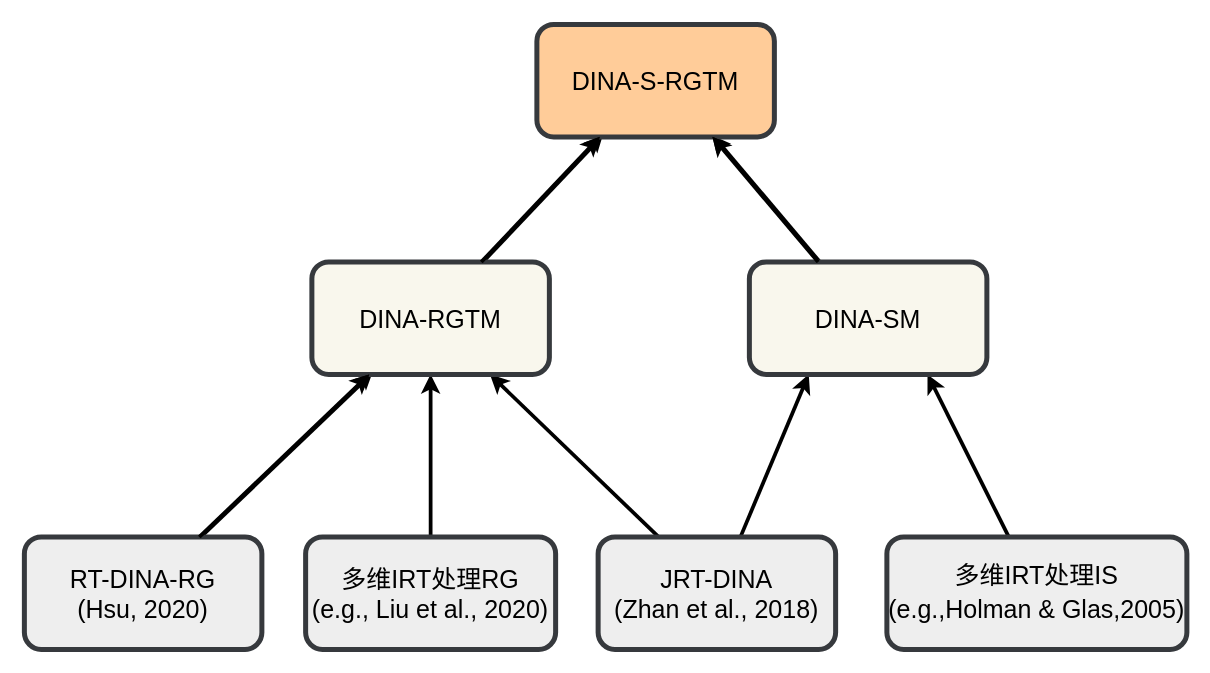
Before: page "第 27 页" (28 of 29) of d_plot.drawio in qipengchen/resources, a draw.io diagram. Source tidied: cells renumbered, new cells numbered last; positions are measured from the earlier drawing's top-left corner, leaving out a move shared by most shapes. Both pictures are drawn from the tidied source at 125%, with x=0, y=0 at pixel (24, 24).
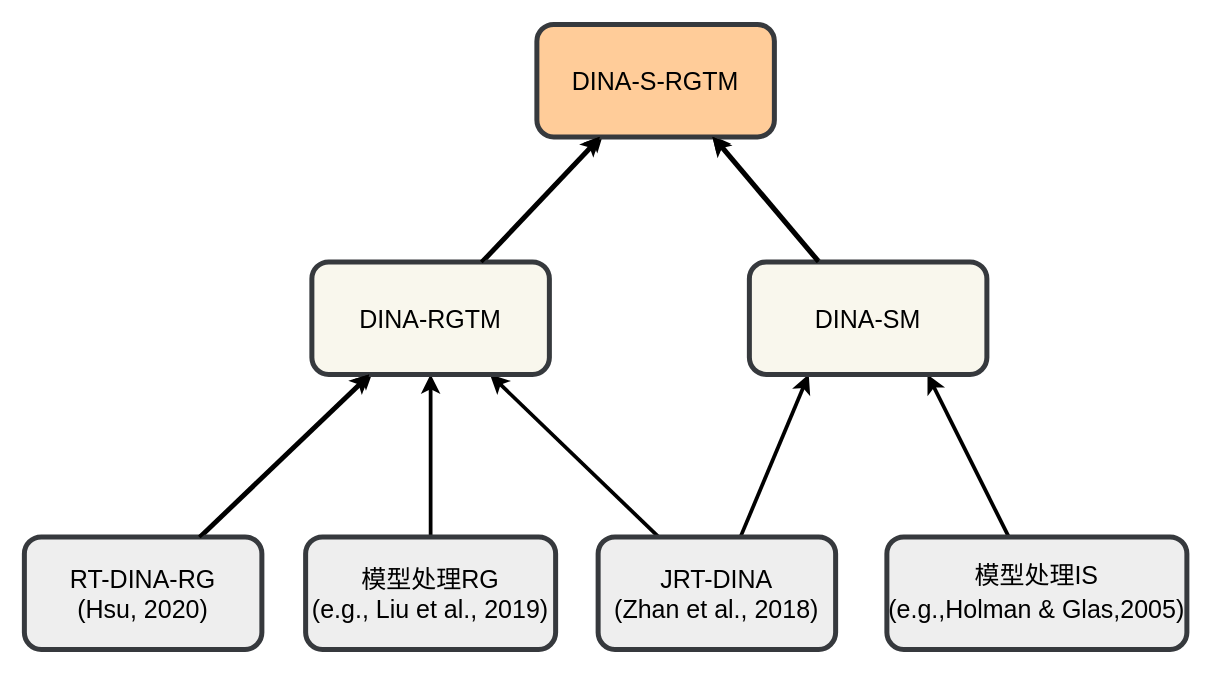
The same diagram, later.

The edit, as a diff of the source:
```diff
@@
-    <mxCell id="8" value="多维IRT处理RG&lt;br&gt;(e.g., Liu et al., 2020)" style="rounded=1;whiteSpace=wrap;html=1;strokeWidth=4;fontSize=20;strokeColor=#36393d;fontFamily=Helvetica;fillColor=#eeeeee;" parent="1" vertex="1">
+    <mxCell id="8" value="模型处理RG&lt;br&gt;(e.g., Liu et al., 2019)" style="rounded=1;whiteSpace=wrap;html=1;strokeWidth=4;fontSize=20;strokeColor=#36393d;fontFamily=Helvetica;fillColor=#eeeeee;" parent="1" vertex="1">
       <mxGeometry x="225" y="410" width="200" height="90" as="geometry" />
     </mxCell>
@@
-    <mxCell id="12" value="&lt;font style=&quot;font-size: 20px;&quot;&gt;多维IRT处理IS&lt;br style=&quot;font-size: 20px;&quot;&gt;(e.g.,&lt;span style=&quot;font-size: 20px; line-height: 150%; background-image: initial; background-position: initial; background-size: initial; background-repeat: initial; background-attachment: initial; background-origin: initial; background-clip: initial;&quot; lang=&quot;EN-US&quot;&gt;Holman &amp;amp; Glas,2005&lt;/span&gt;)&lt;/font&gt;" style="rounded=1;whiteSpace=wrap;html=1;strokeWidth=4;fontSize=20;strokeColor=#36393d;fontFamily=Helvetica;fillColor=#eeeeee;" parent="1" vertex="1">
+    <mxCell id="12" value="&lt;font style=&quot;font-size: 20px;&quot;&gt;模型处理IS&lt;br style=&quot;font-size: 20px;&quot;&gt;(e.g.,&lt;span style=&quot;font-size: 20px; line-height: 150%; background-image: initial; background-position: initial; background-size: initial; background-repeat: initial; background-attachment: initial; background-origin: initial; background-clip: initial;&quot; lang=&quot;EN-US&quot;&gt;Holman &amp;amp; Glas,2005&lt;/span&gt;)&lt;/font&gt;" style="rounded=1;whiteSpace=wrap;html=1;strokeWidth=4;fontSize=20;strokeColor=#36393d;fontFamily=Helvetica;fillColor=#eeeeee;" parent="1" vertex="1">
       <mxGeometry x="690" y="410" width="240" height="90" as="geometry" />
     </mxCell>
```
